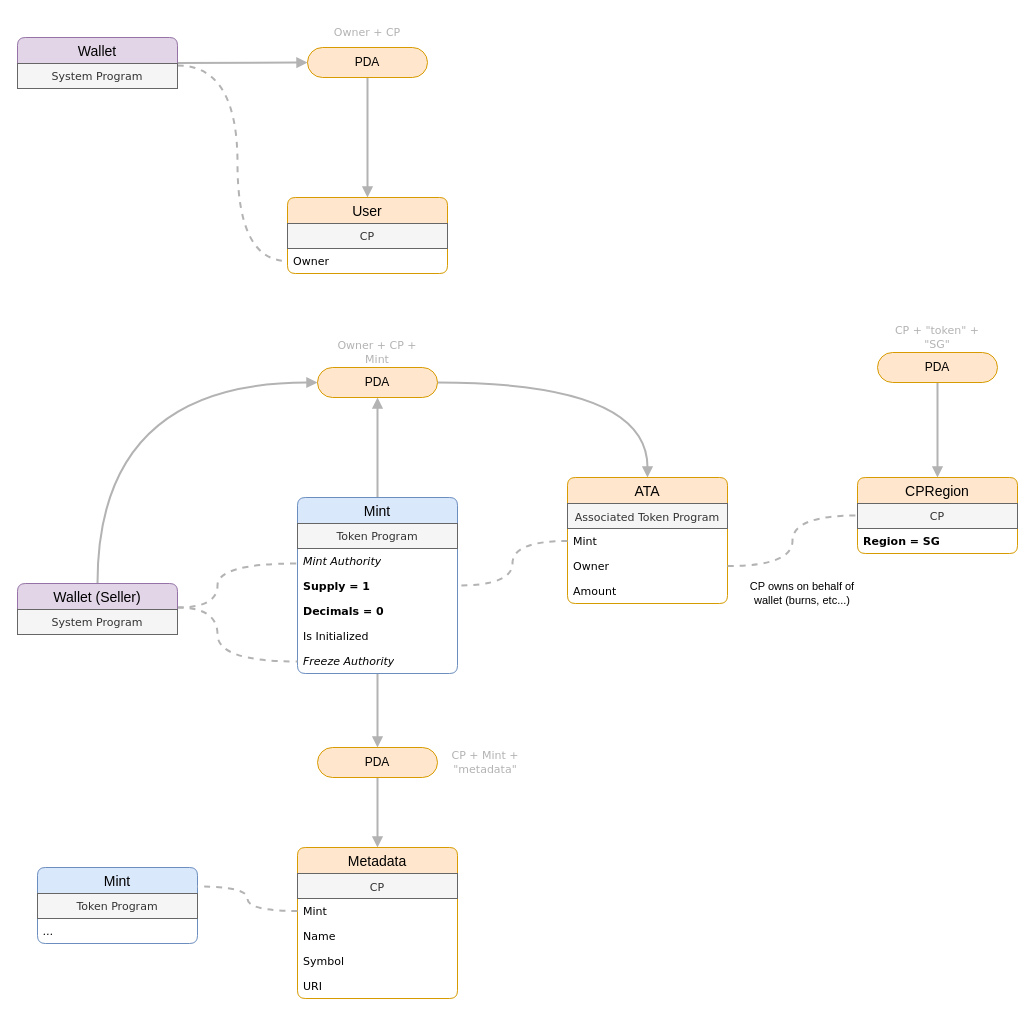
Earlier version of the draw.io diagram RFCs/accounts.drawio (HMXHIU/christmas). Source tidied: cells renumbered, new cells numbered last; positions are measured from the earlier drawing's top-left corner, leaving out a move shared by most shapes. Both pictures are drawn from the tidied source at 100%, with x=0, y=0 at pixel (17, 17).
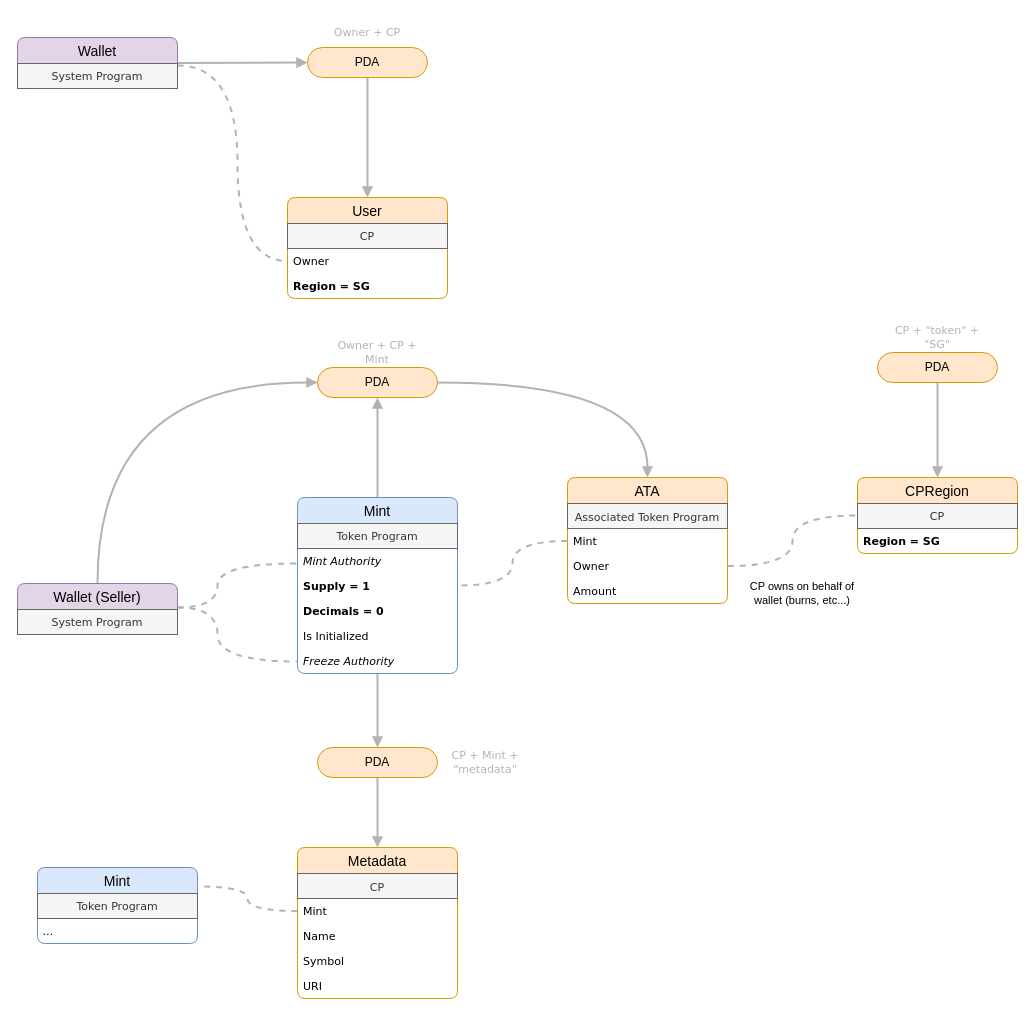
Above is the later version.

What changed in the source:
```diff
@@
     <mxCell id="8" value="User" style="swimlane;fontStyle=0;horizontal=1;startSize=26;align=center;fontSize=14;fillColor=#ffe6cc;strokeColor=#d79b00;arcSize=10;rounded=1;" parent="1" vertex="1">
-      <mxGeometry x="270" y="180" width="160" height="76" as="geometry" />
+      <mxGeometry x="270" y="180" width="160" height="101" as="geometry" />
     </mxCell>
@@
+    <mxCell id="56" value="&lt;b&gt;Region = SG&lt;/b&gt;" style="text;spacingLeft=4;spacingRight=4;overflow=hidden;fontSize=11;whiteSpace=wrap;html=1;align=left;fontFamily=Verdana;" parent="8" vertex="1">
+      <mxGeometry y="76" width="160" height="25" as="geometry" />
+    </mxCell>
```
